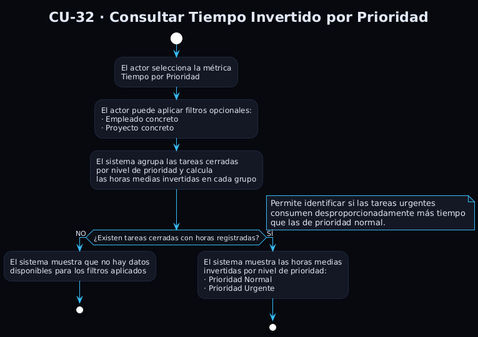
Jorgeog25/GII-TFG-2026 keeps this PlantUML diagram as Estudiantes/cesar-garcia-eguiguren/Capítulo-2/imagenes/CdU/metricas/flujoCU10.11.png. Above is the earlier version.
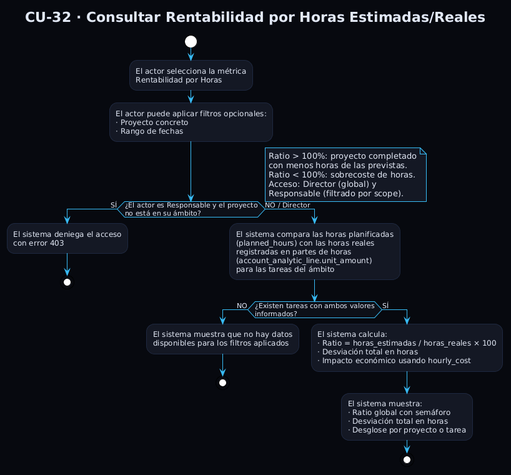
The same diagram one commit later.

The edit, as a diff of the source:
```diff
@@ -1,4 +1,4 @@
-@startuml
+@startuml CU32_RentabilidadPorHoras
 !theme plain
 skinparam backgroundColor #07090F
 skinparam defaultFontColor #E2E8F5
@@ -9,34 +9,49 @@
 skinparam ActivityDiamondBorderColor #38BDF8
 skinparam NoteBackgroundColor #141824
 skinparam NoteBorderColor #38BDF8
-title CU-32 · Consultar Tiempo Invertido por Prioridad
+title CU-32 · Consultar Rentabilidad por Horas Estimadas/Reales
 
 start
 :El actor selecciona la métrica
-Tiempo por Prioridad;
+Rentabilidad por Horas;
 :El actor puede aplicar filtros opcionales:
-· Empleado concreto
-· Proyecto concreto;
+· Proyecto concreto
+· Rango de fechas;
 
-:El sistema agrupa las tareas cerradas
-por nivel de prioridad y calcula
-las horas medias invertidas en cada grupo;
+if (¿El actor es Responsable y el proyecto\nno está en su ámbito?) then (SÍ)
+  :El sistema deniega el acceso
+  con error 403;
+  stop
+else (NO / Director)
+  :El sistema compara las horas planificadas
+  (planned_hours) con las horas reales
+  registradas en partes de horas
+  (account_analytic_line.unit_amount)
+  para las tareas del ámbito;
 
-if (¿Existen tareas cerradas con horas registradas?) then (NO)
-  :El sistema muestra que no hay datos
-  disponibles para los filtros aplicados;
-  stop
-else (SÍ)
-  :El sistema muestra las horas medias
-  invertidas por nivel de prioridad:
-  · Prioridad Normal
-  · Prioridad Urgente;
-  stop
+  if (¿Existen tareas con ambos valores\ninformados?) then (NO)
+    :El sistema muestra que no hay datos
+    disponibles para los filtros aplicados;
+    stop
+  else (SÍ)
+    :El sistema calcula:
+    · Ratio = horas_estimadas / horas_reales × 100
+    · Desviación total en horas
+    · Impacto económico usando hourly_cost;
+    :El sistema muestra:
+    · Ratio global con semáforo
+    · Desviación total en horas
+    · Desglose por proyecto o tarea;
+    stop
+  endif
 endif
 
 note right
-  Permite identificar si las tareas urgentes
-  consumen desproporcionadamente más tiempo
-  que las de prioridad normal.
+  Ratio > 100%: proyecto completado
+  con menos horas de las previstas.
+  Ratio < 100%: sobrecoste de horas.
+  Acceso: Director (global) y
+  Responsable (filtrado por scope).
 end note
+
 @enduml
```
